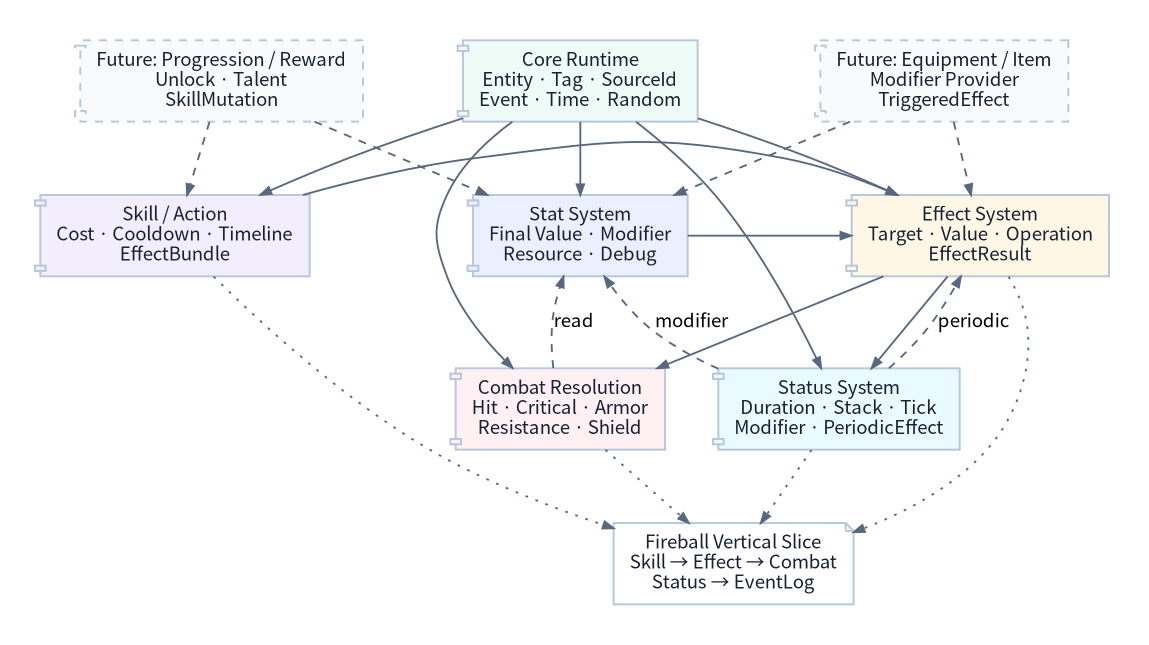
JY-LemongO/game-system-framework-knowledge-site keeps this Graphviz diagram as assets/diagrams/38_full_framework_dependency_map.png. Above is the earlier version. Its source is kept beside it as source/diagrams/38_full_framework_dependency_map.dot.
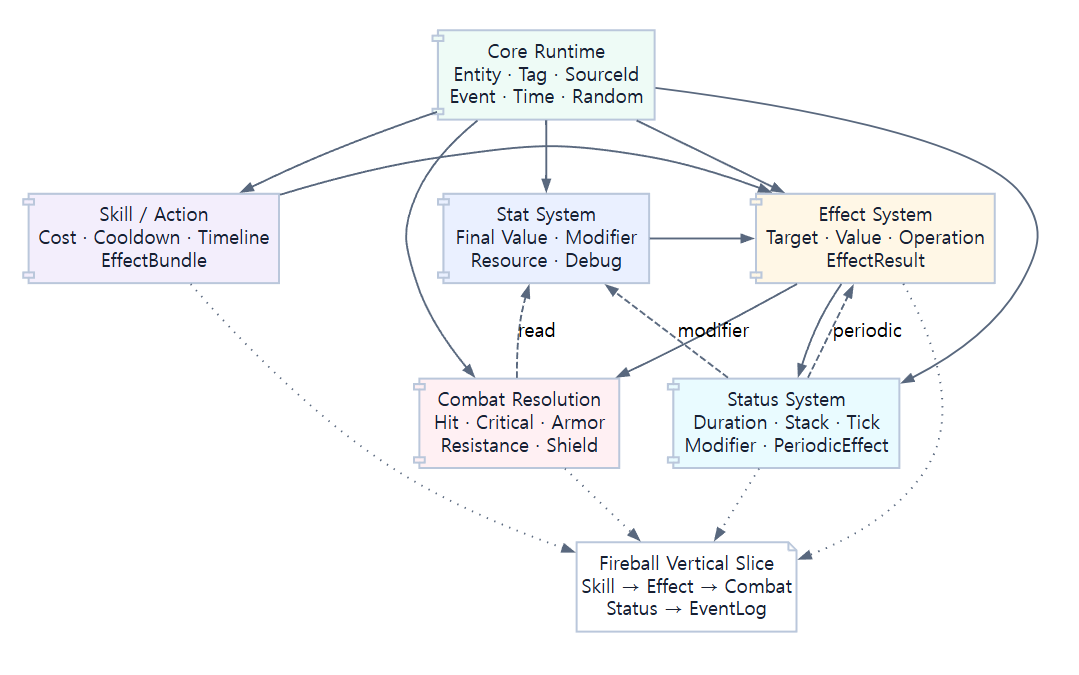
After the change.

Diff of the diagram source:
```diff
@@ -10,13 +10,10 @@
   Skill [shape=component, fillcolor="#f3eefc", label="Skill / Action\nCost · Cooldown · Timeline\nEffectBundle"];
   Combat [shape=component, fillcolor="#fff0f3", label="Combat Resolution\nHit · Critical · Armor\nResistance · Shield"];
   Status [shape=component, fillcolor="#e9fbff", label="Status System\nDuration · Stack · Tick\nModifier · PeriodicEffect"];
-  Equipment [shape=component, style="rounded,dashed,filled", fillcolor="#f8fafc", label="Future: Equipment / Item\nModifier Provider\nTriggeredEffect"];
-  Progression [shape=component, style="rounded,dashed,filled", fillcolor="#f8fafc", label="Future: Progression / Reward\nUnlock · Talent\nSkillMutation"];
   Fireball [shape=note, fillcolor="#ffffff", label="Fireball Vertical Slice\nSkill → Effect → Combat\nStatus → EventLog"];
 
   { rank=same; Stat; Effect; Skill; }
   { rank=same; Combat; Status; }
-  { rank=same; Equipment; Progression; }
 
   Core -> Stat;
   Core -> Effect;
@@ -32,11 +29,6 @@
   Status -> Stat [style=dashed, label="modifier"];
   Status -> Effect [style=dashed, label="periodic"];
 
-  Equipment -> Stat [style=dashed];
-  Equipment -> Effect [style=dashed];
-  Progression -> Skill [style=dashed];
-  Progression -> Stat [style=dashed];
-
   Skill -> Fireball [style=dotted];
   Effect -> Fireball [style=dotted];
   Combat -> Fireball [style=dotted];
```
